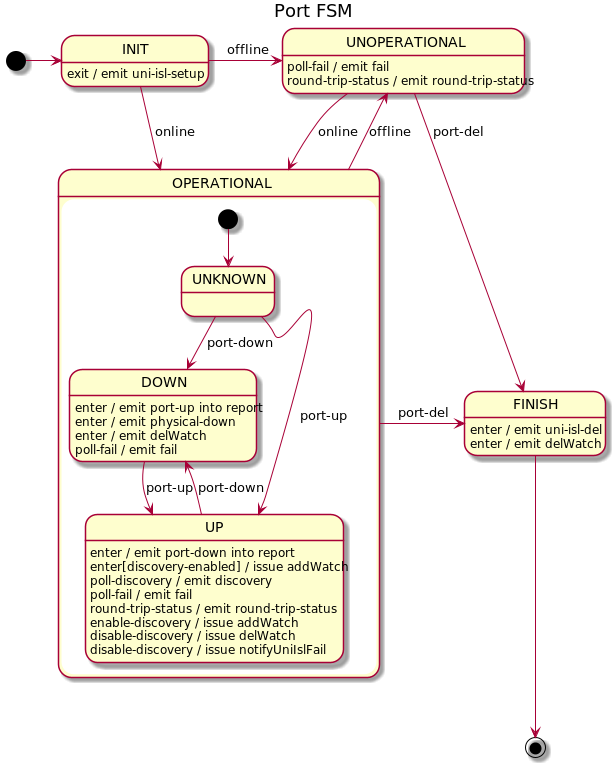
Earlier version of the PlantUML export docs/design/network-discovery/port-FSM.png (telstra/open-kilda).
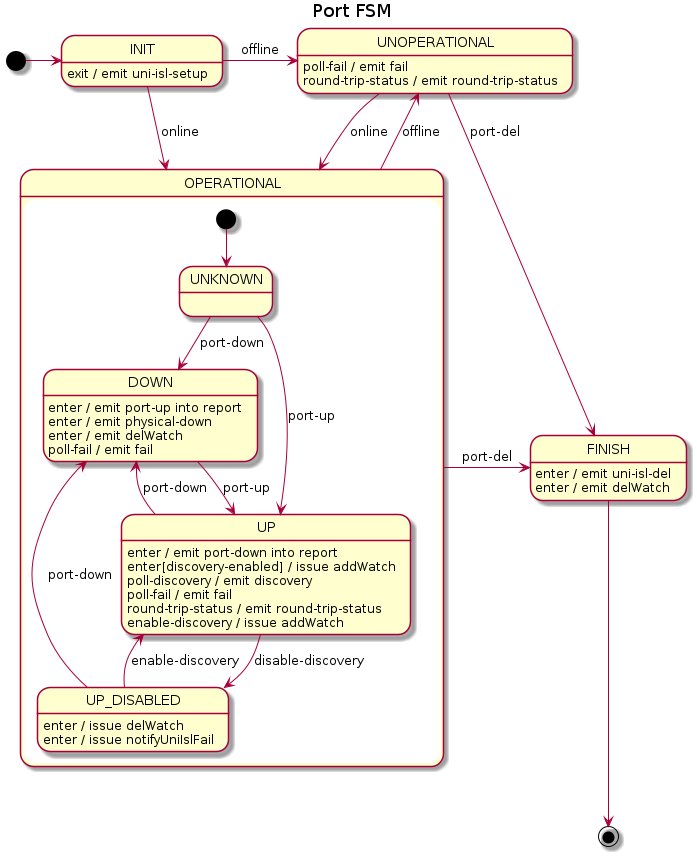
The same diagram one commit later.

Commit message:
Disable port discovery race condition removal

Change to the diagram source:
```diff
@@ -20,14 +20,18 @@
     DOWN : poll-fail / emit fail
 
     UP --> DOWN : port-down
+    UP --> UP_DISABLED : disable-discovery
     UP : enter / emit port-down into report
     UP : enter[discovery-enabled] / issue addWatch
     UP : poll-discovery / emit discovery
     UP : poll-fail / emit fail
     UP : round-trip-status / emit round-trip-status
     UP : enable-discovery / issue addWatch
-    UP : disable-discovery / issue delWatch
-    UP : disable-discovery / issue notifyUniIslFail
+
+    UP_DISABLED --> DOWN : port-down
+    UP_DISABLED --> UP : enable-discovery
+    UP_DISABLED : enter / issue delWatch
+    UP_DISABLED : enter / issue notifyUniIslFail
 }
 
 OPERATIONAL --> UNOPERATIONAL : offline
```
